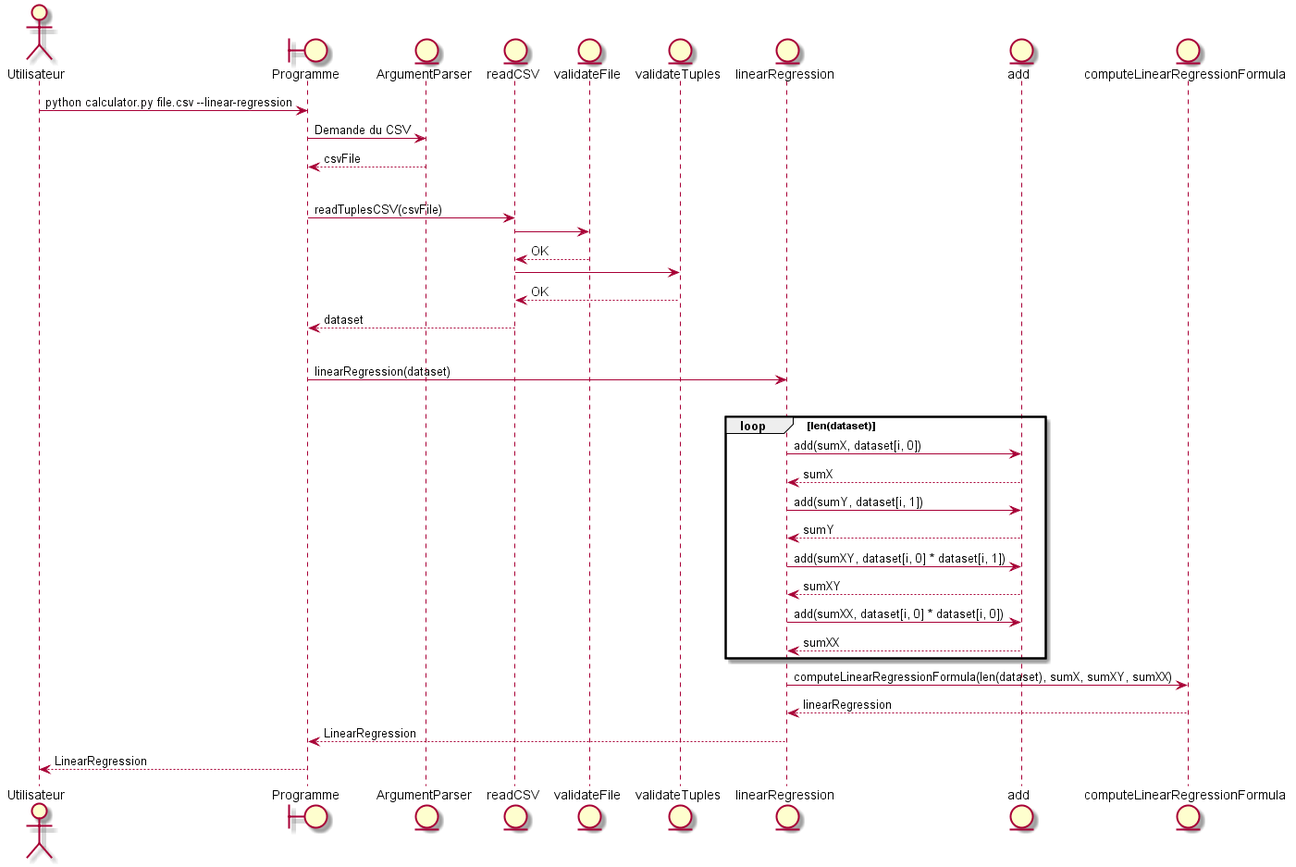
Above: conception-regression-lineaire.png in alexandrecardinal/log330 (PlantUML), before the change.
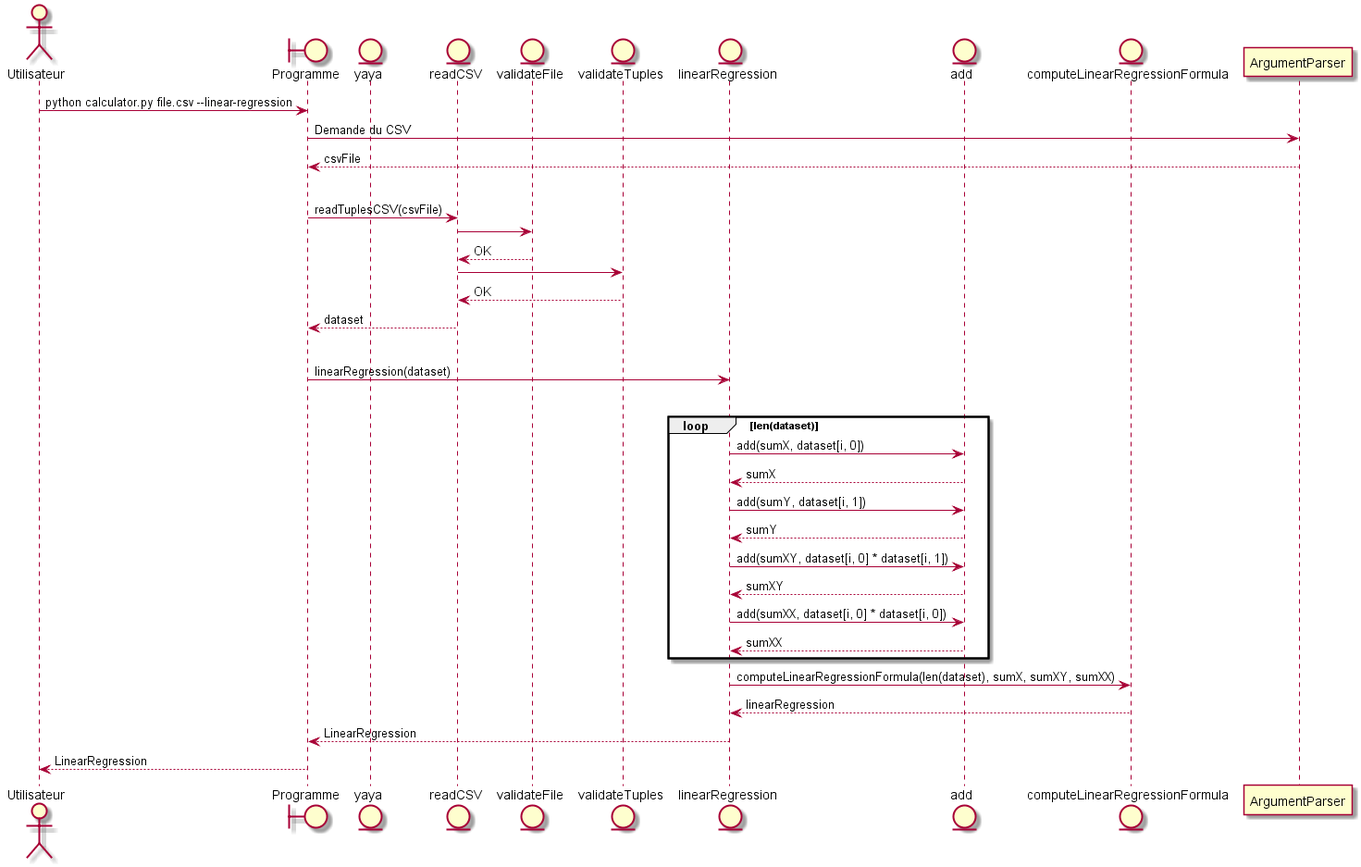
After the commit.

Diff of the diagram source:
```diff
@@ -1,7 +1,7 @@
 @startuml
 actor Utilisateur
 boundary Programme
-entity ArgumentParser
+entity yaya
 entity readCSV
 entity validateFile
 entity validateTuples
```
